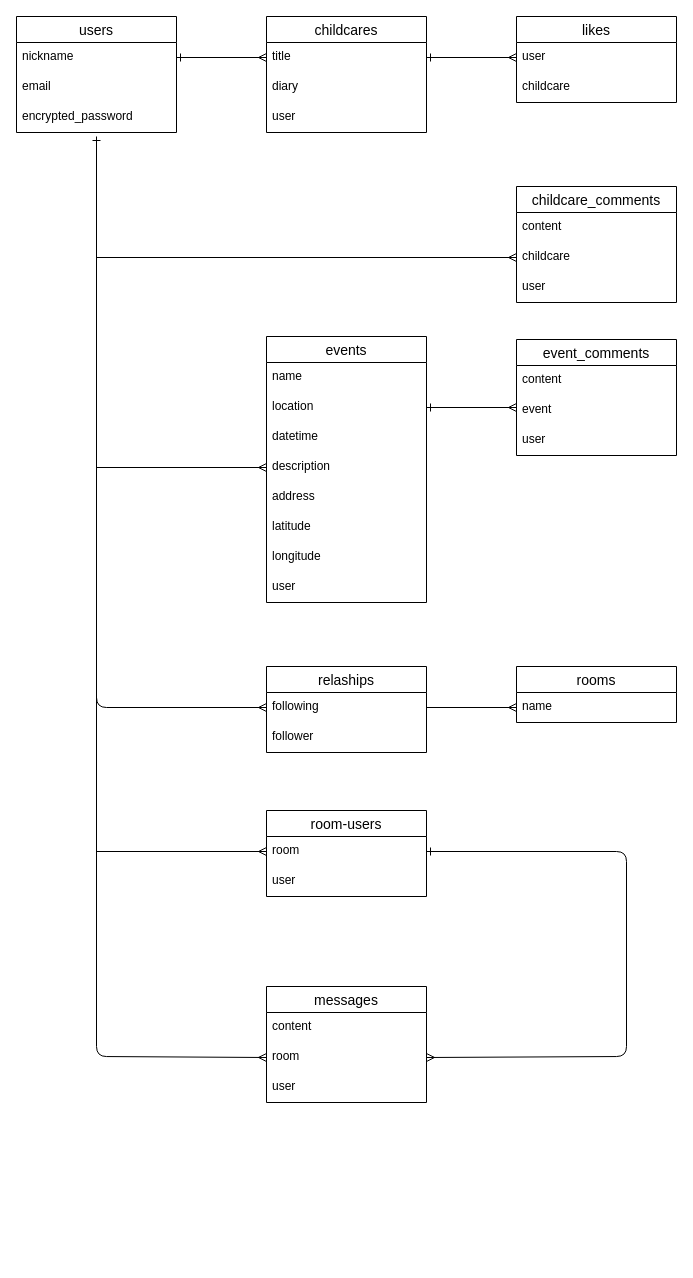
ran-tomine/original-app keeps this draw.io diagram as test.dio. Above is the earlier version. Source tidied: cells renumbered, new cells numbered last; positions are measured from the earlier drawing's top-left corner, leaving out a move shared by most shapes. Both pictures are drawn from the tidied source at 100%, with x=0, y=0 at pixel (16, 16).
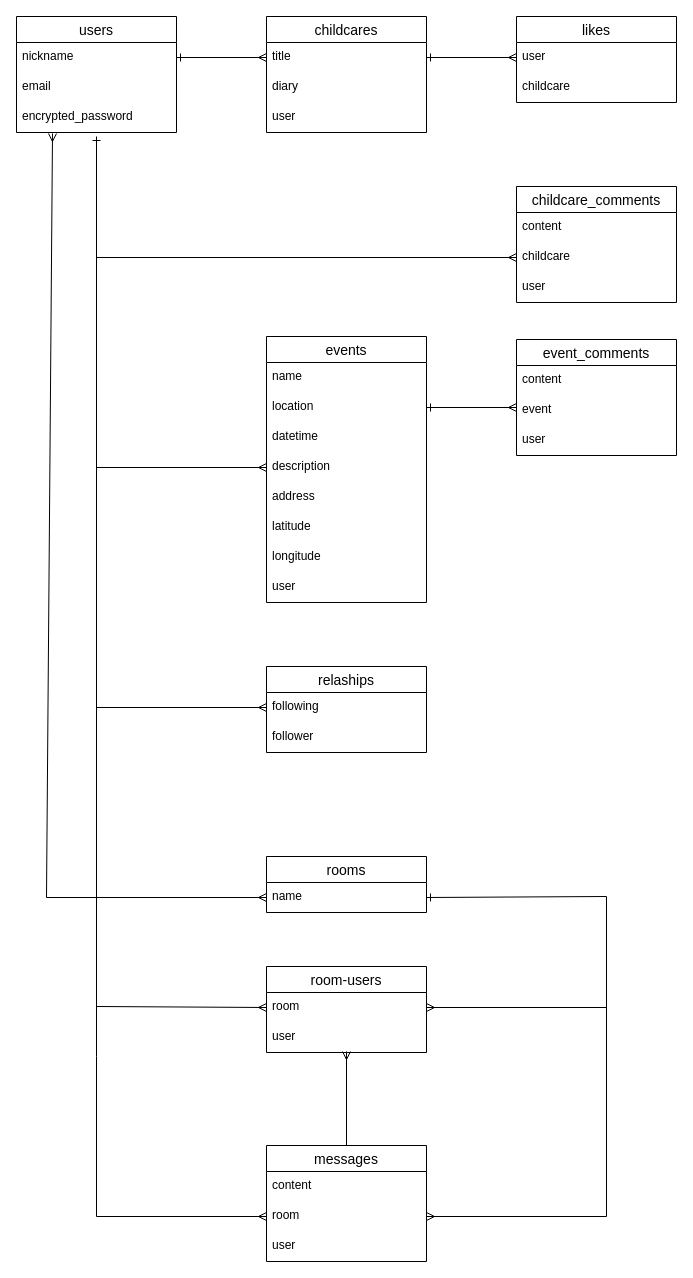
The same page after the edit.

Unchanged cells that the change refers to:
```xml
<mxCell id="5" value="encrypted_password" style="text;strokeColor=none;fillColor=none;spacingLeft=4;spacingRight=4;overflow=hidden;points=[[0,0.5],[1,0.5]];portConstraint=eastwest;fontSize=12;" parent="2" vertex="1">
  <mxGeometry y="86" width="160" height="30" as="geometry" />
</mxCell>
<mxCell id="31" value="following" style="text;strokeColor=none;fillColor=none;spacingLeft=4;spacingRight=4;overflow=hidden;points=[[0,0.5],[1,0.5]];portConstraint=eastwest;fontSize=12;" parent="30" vertex="1">
  <mxGeometry y="26" width="160" height="30" as="geometry" />
</mxCell>
<mxCell id="34" value="room " style="text;strokeColor=none;fillColor=none;spacingLeft=4;spacingRight=4;overflow=hidden;points=[[0,0.5],[1,0.5]];portConstraint=eastwest;fontSize=12;" parent="33" vertex="1">
  <mxGeometry y="26" width="160" height="30" as="geometry" />
</mxCell>
<mxCell id="35" value="user " style="text;strokeColor=none;fillColor=none;spacingLeft=4;spacingRight=4;overflow=hidden;points=[[0,0.5],[1,0.5]];portConstraint=eastwest;fontSize=12;" parent="33" vertex="1">
  <mxGeometry y="56" width="160" height="30" as="geometry" />
</mxCell>
<mxCell id="37" value="name" style="text;strokeColor=none;fillColor=none;spacingLeft=4;spacingRight=4;overflow=hidden;points=[[0,0.5],[1,0.5]];portConstraint=eastwest;fontSize=12;" parent="36" vertex="1">
  <mxGeometry y="26" width="160" height="30" as="geometry" />
</mxCell>
<mxCell id="40" value="room  " style="text;strokeColor=none;fillColor=none;spacingLeft=4;spacingRight=4;overflow=hidden;points=[[0,0.5],[1,0.5]];portConstraint=eastwest;fontSize=12;" parent="38" vertex="1">
  <mxGeometry y="56" width="160" height="30" as="geometry" />
</mxCell>
```

What changed in the source:
```diff
@@
     <mxCell id="33" value="room-users" style="swimlane;fontStyle=0;horizontal=1;startSize=26;align=center;fontSize=14;" parent="1" vertex="1">
-      <mxGeometry x="250" y="794" width="160" height="86" as="geometry" />
+      <mxGeometry x="250" y="950" width="160" height="86" as="geometry" />
     </mxCell>
@@
     <mxCell id="36" value="rooms" style="swimlane;fontStyle=0;horizontal=1;startSize=26;align=center;fontSize=14;" parent="1" vertex="1">
-      <mxGeometry x="500" y="650" width="160" height="56" as="geometry" />
+      <mxGeometry x="250" y="840" width="160" height="56" as="geometry" />
     </mxCell>
@@
+    <mxCell id="52" style="edgeStyle=none;html=1;exitX=0.5;exitY=0;exitDx=0;exitDy=0;endArrow=ERmany;endFill=0;entryX=0.5;entryY=0.967;entryDx=0;entryDy=0;entryPerimeter=0;" parent="1" edge="1" source="38" target="35">
+      <mxGeometry relative="1" as="geometry" />
+    </mxCell>
     <mxCell id="38" value="messages" style="swimlane;fontStyle=0;horizontal=1;startSize=26;align=center;fontSize=14;" parent="1" vertex="1">
-      <mxGeometry x="250" y="970" width="160" height="116" as="geometry" />
+      <mxGeometry x="250" y="1129" width="160" height="116" as="geometry" />
     </mxCell>
@@
-    <mxCell id="47" style="edgeStyle=none;html=1;exitX=0;exitY=0.5;exitDx=0;exitDy=0;endArrow=none;endFill=0;startArrow=ERmany;startFill=0;" parent="1" edge="1" source="31">
+    <mxCell id="47" style="edgeStyle=none;html=1;exitX=0;exitY=0.5;exitDx=0;exitDy=0;endArrow=none;endFill=0;startArrow=ERmany;startFill=0;rounded=0;" parent="1" edge="1" source="31">
       <mxGeometry relative="1" as="geometry">
         <mxPoint x="80" y="420" as="targetPoint" />
         <Array as="points">
           <mxPoint x="80" y="691" />
         </Array>
       </mxGeometry>
     </mxCell>
-    <mxCell id="48" style="edgeStyle=none;html=1;exitX=1;exitY=0.5;exitDx=0;exitDy=0;entryX=0;entryY=0.5;entryDx=0;entryDy=0;endArrow=ERmany;endFill=0;" parent="1" edge="1" source="31" target="37">
-      <mxGeometry relative="1" as="geometry" />
-    </mxCell>
     <mxCell id="49" style="edgeStyle=none;html=1;exitX=0;exitY=0.5;exitDx=0;exitDy=0;rounded=0;endArrow=none;endFill=0;startArrow=ERmany;startFill=0;" parent="1" edge="1" source="34">
       <mxGeometry relative="1" as="geometry">
         <mxPoint x="80" y="680" as="targetPoint" />
         <Array as="points">
-          <mxPoint x="80" y="835" />
+          <mxPoint x="80" y="990" />
         </Array>
       </mxGeometry>
     </mxCell>
-    <mxCell id="50" style="edgeStyle=none;html=1;exitX=1;exitY=0.5;exitDx=0;exitDy=0;entryX=1;entryY=0.5;entryDx=0;entryDy=0;endArrow=ERmany;endFill=0;startArrow=ERone;startFill=0;" parent="1" edge="1" source="34" target="40">
+    <mxCell id="50" style="edgeStyle=none;html=1;exitX=1;exitY=0.5;exitDx=0;exitDy=0;entryX=1;entryY=0.5;entryDx=0;entryDy=0;endArrow=ERmany;endFill=0;startArrow=ERone;startFill=0;rounded=0;" parent="1" edge="1" source="37" target="34">
       <mxGeometry relative="1" as="geometry">
         <Array as="points">
-          <mxPoint x="610" y="835" />
-          <mxPoint x="610" y="1040" />
+          <mxPoint x="590" y="880" />
+          <mxPoint x="590" y="991" />
         </Array>
       </mxGeometry>
     </mxCell>
-    <mxCell id="51" style="edgeStyle=none;html=1;exitX=0;exitY=0.5;exitDx=0;exitDy=0;endArrow=none;endFill=0;startArrow=ERmany;startFill=0;" parent="1" edge="1" source="40">
+    <mxCell id="51" style="edgeStyle=none;html=1;exitX=0;exitY=0.5;exitDx=0;exitDy=0;endArrow=none;endFill=0;startArrow=ERmany;startFill=0;rounded=0;" parent="1" edge="1" source="40">
       <mxGeometry relative="1" as="geometry">
         <mxPoint x="80" y="820" as="targetPoint" />
         <Array as="points">
+          <mxPoint x="80" y="1200" />
           <mxPoint x="80" y="1040" />
         </Array>
       </mxGeometry>
     </mxCell>
+    <mxCell id="53" style="edgeStyle=none;html=1;exitX=0;exitY=0.5;exitDx=0;exitDy=0;entryX=0.225;entryY=1.033;entryDx=0;entryDy=0;entryPerimeter=0;endArrow=ERmany;endFill=0;startArrow=ERmany;startFill=0;rounded=0;" parent="1" edge="1" source="37" target="5">
+      <mxGeometry relative="1" as="geometry">
+        <Array as="points">
+          <mxPoint x="30" y="881" />
+        </Array>
+      </mxGeometry>
+    </mxCell>
+    <mxCell id="54" style="edgeStyle=none;html=1;exitX=1;exitY=0.5;exitDx=0;exitDy=0;endArrow=none;endFill=0;startArrow=ERmany;startFill=0;rounded=0;" parent="1" edge="1" source="40">
+      <mxGeometry relative="1" as="geometry">
+        <mxPoint x="590" y="990" as="targetPoint" />
+        <Array as="points">
+          <mxPoint x="590" y="1200" />
+        </Array>
+      </mxGeometry>
+    </mxCell>
```
